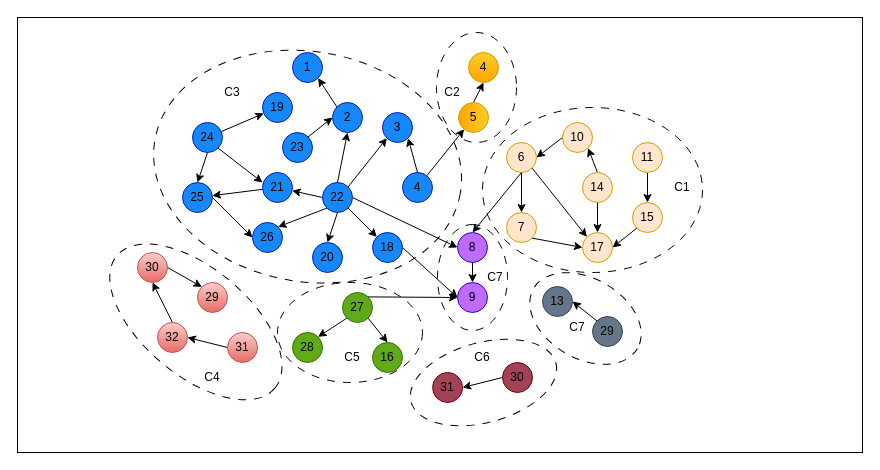
Before: 未命名绘图.drawio in LIMBO42/BackUp, a draw.io diagram. Source tidied: cells renumbered, new cells numbered last; positions are measured from the earlier drawing's top-left corner, leaving out a move shared by most shapes. Both pictures are drawn from the tidied source at 100%, with x=0, y=0 at pixel (17, 17).
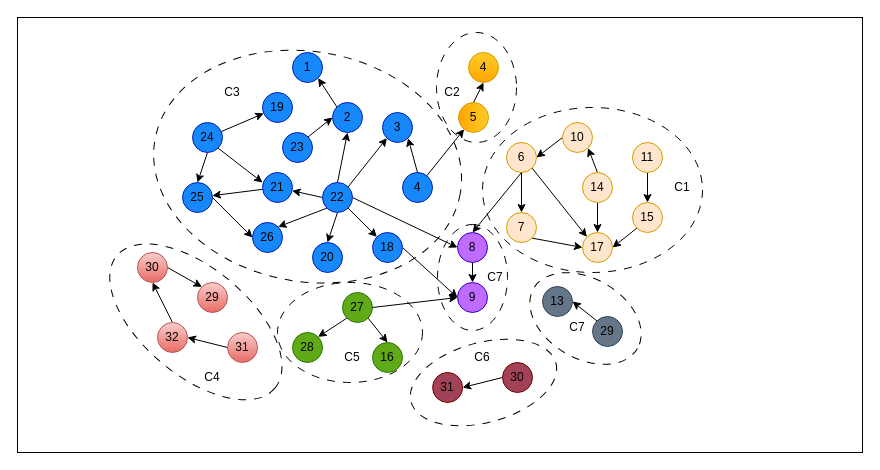
The same diagram, later.

The change refers to these unchanged cells:
```xml
<mxCell id="23" value="&lt;font color=&quot;#000000&quot;&gt;27&lt;/font&gt;" style="ellipse;whiteSpace=wrap;html=1;fillColor=#60a917;strokeColor=#2D7600;fontColor=#ffffff;" parent="1" vertex="1">
  <mxGeometry x="325" y="275" width="30" height="30" as="geometry" />
</mxCell>
<mxCell id="68" value="&lt;font color=&quot;#000000&quot;&gt;9&lt;/font&gt;" style="ellipse;whiteSpace=wrap;html=1;fillColor=#BF6BFF;strokeColor=#3700CC;fontColor=#ffffff;" parent="1" vertex="1">
  <mxGeometry x="440" y="265" width="30" height="30" as="geometry" />
</mxCell>
```

The edit, as a diff of the source:
```diff
@@
-    <mxCell id="8" style="ellipse;whiteSpace=wrap;html=1;rotation=10;dashed=1;dashPattern=8 8;" parent="1" vertex="1">
+    <mxCell id="8" style="ellipse;whiteSpace=wrap;html=1;rotation=10;dashed=1;dashPattern=8 8;strokeWidth=1;" parent="1" vertex="1">
       <mxGeometry x="135.1" y="34.1" width="310" height="230" as="geometry" />
     </mxCell>
@@
-    <mxCell id="73" style="rounded=0;jettySize=auto;html=1;exitX=1;exitY=0;exitDx=0;exitDy=0;entryX=0;entryY=0.5;entryDx=0;entryDy=0;" parent="1" edge="1" source="23" target="68">
+    <mxCell id="73" style="rounded=0;jettySize=auto;html=1;exitX=1;exitY=0.5;exitDx=0;exitDy=0;entryX=0;entryY=0.5;entryDx=0;entryDy=0;" parent="1" edge="1" source="23" target="68">
       <mxGeometry relative="1" as="geometry" />
     </mxCell>
```
